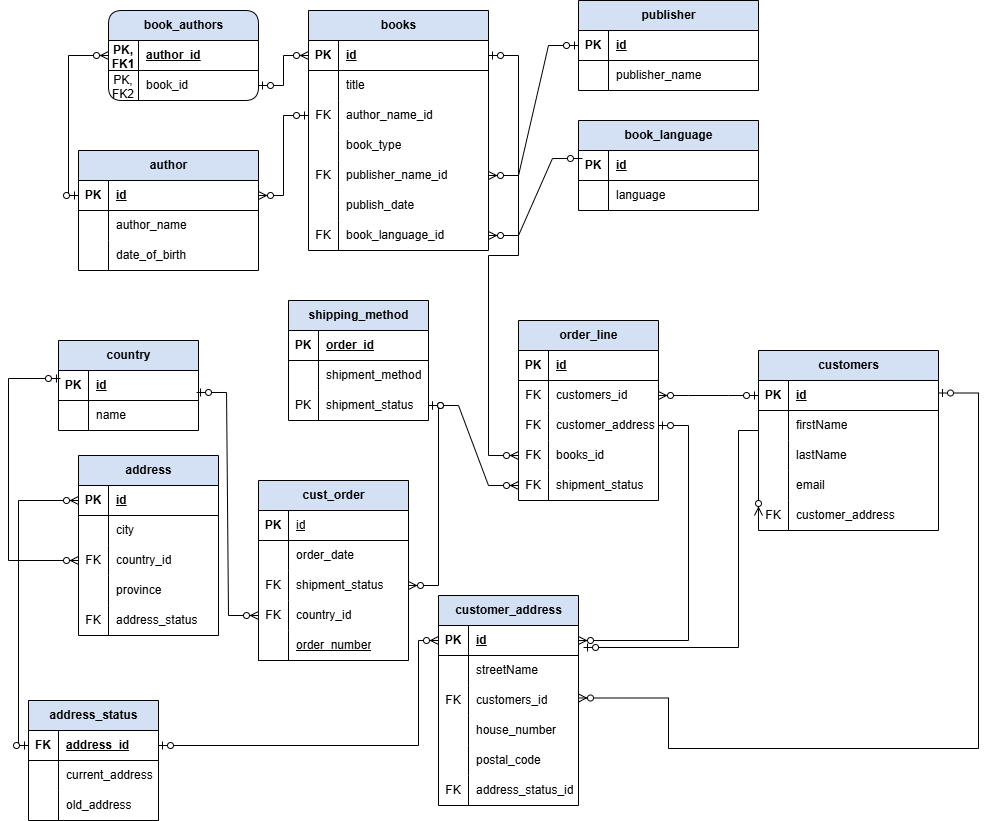
This is Bookstore_Database.drawio.png from the7thsage376/Bookstore_Database, a draw.io export, as it was before one commit. Source tidied: cells renumbered, new cells last; positions are measured from the earlier drawing's top-left corner, leaving out a move shared by most shapes.
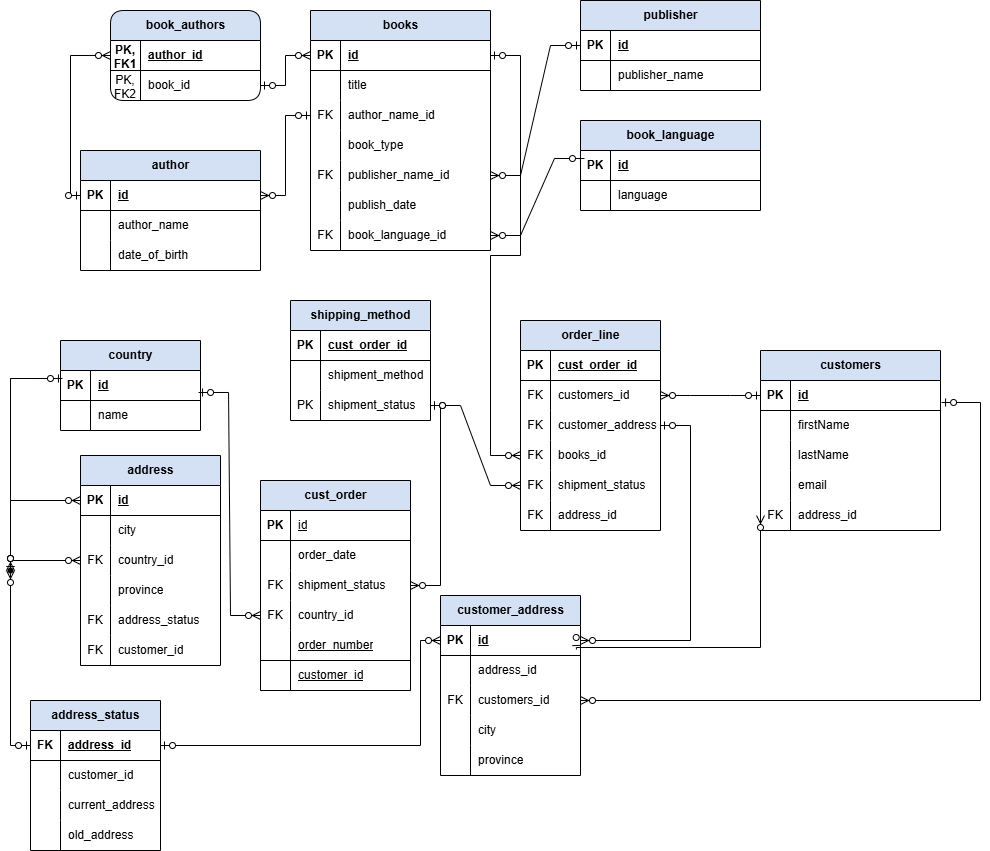
After the change.

The edit, as a diff of the source:
```diff
@@ -24,7 +24,7 @@
       <mxGeometry x="30" width="120" height="30" as="geometry" />
     </mxCell>
     <mxCell id="9" value="address_status" style="shape=table;startSize=30;rowLines=0;fontStyle=1;align=center;html=1;fillColor=#D4E1F5;" parent="1" vertex="1">
-      <mxGeometry x="20" y="700" width="130" height="120" as="geometry" />
+      <mxGeometry x="20" y="700" width="130" height="150" as="geometry" />
     </mxCell>
     <mxCell id="10" style="shape=tableRow;horizontal=0;startSize=0;swimlaneHead=0;swimlaneBody=0;fillColor=none;points=[[0,0.5],[1,0.5]];portConstraint=eastwest;top=0;left=0;right=0;bottom=1;" parent="9" vertex="1">
       <mxGeometry y="30" width="130" height="30" as="geometry" />
@@ -41,11 +41,20 @@
     <mxCell id="14" style="shape=partialRectangle;fillColor=none;top=0;left=0;bottom=0;right=0;overflow=hidden;whiteSpace=wrap;html=1;" parent="13" vertex="1">
       <mxGeometry width="30" height="30" as="geometry" />
     </mxCell>
-    <mxCell id="15" value="current_address" style="shape=partialRectangle;fillColor=none;top=0;left=0;bottom=0;right=0;align=left;spacingLeft=6;overflow=hidden;whiteSpace=wrap;html=1;" parent="13" vertex="1">
+    <mxCell id="15" value="customer_id" style="shape=partialRectangle;fillColor=none;top=0;left=0;bottom=0;right=0;align=left;spacingLeft=6;overflow=hidden;whiteSpace=wrap;html=1;" parent="13" vertex="1">
       <mxGeometry x="30" width="100" height="30" as="geometry" />
     </mxCell>
+    <mxCell id="181" style="shape=tableRow;horizontal=0;startSize=0;swimlaneHead=0;swimlaneBody=0;fillColor=none;top=0;left=0;right=0;bottom=0;" parent="9" vertex="1">
+      <mxGeometry y="90" width="130" height="30" as="geometry" />
+    </mxCell>
+    <mxCell id="182" style="shape=partialRectangle;fillColor=none;top=0;left=0;bottom=0;right=0;overflow=hidden;whiteSpace=wrap;html=1;" parent="181" vertex="1">
+      <mxGeometry width="30" height="30" as="geometry" />
+    </mxCell>
+    <mxCell id="183" value="current_address" style="shape=partialRectangle;fillColor=none;top=0;left=0;bottom=0;right=0;align=left;spacingLeft=6;overflow=hidden;whiteSpace=wrap;html=1;" parent="181" vertex="1">
+      <mxGeometry x="30" width="100" height="30" as="geometry" />
+    </mxCell>
     <mxCell id="16" style="shape=tableRow;horizontal=0;startSize=0;swimlaneHead=0;swimlaneBody=0;fillColor=none;top=0;left=0;right=0;bottom=0;" parent="9" vertex="1">
-      <mxGeometry y="90" width="130" height="30" as="geometry" />
+      <mxGeometry y="120" width="130" height="30" as="geometry" />
     </mxCell>
     <mxCell id="17" style="shape=partialRectangle;fillColor=none;top=0;left=0;bottom=0;right=0;overflow=hidden;whiteSpace=wrap;html=1;" parent="16" vertex="1">
       <mxGeometry width="30" height="30" as="geometry" />
@@ -96,7 +105,7 @@
       <mxGeometry x="30" width="150" height="30" as="geometry" />
     </mxCell>
     <mxCell id="33" value="order_line" style="shape=table;startSize=30;rowLines=0;fontStyle=1;align=center;html=1;fillColor=#D4E1F5;" parent="1" vertex="1">
-      <mxGeometry x="510" y="320" width="140" height="180" as="geometry" />
+      <mxGeometry x="510" y="320" width="140" height="210" as="geometry" />
     </mxCell>
     <mxCell id="34" style="shape=tableRow;horizontal=0;startSize=0;swimlaneHead=0;swimlaneBody=0;fillColor=none;top=0;left=0;right=0;bottom=1;" parent="33" vertex="1">
       <mxGeometry y="30" width="140" height="30" as="geometry" />
@@ -104,7 +113,7 @@
     <mxCell id="35" value="PK" style="shape=partialRectangle;fillColor=none;top=0;left=0;bottom=0;right=0;fontStyle=1;overflow=hidden;whiteSpace=wrap;html=1;" parent="34" vertex="1">
       <mxGeometry width="30" height="30" as="geometry" />
     </mxCell>
-    <mxCell id="36" value="id" style="shape=partialRectangle;fillColor=none;top=0;left=0;bottom=0;right=0;align=left;spacingLeft=6;fontStyle=5;overflow=hidden;whiteSpace=wrap;html=1;" parent="34" vertex="1">
+    <mxCell id="36" value="cust_order_id" style="shape=partialRectangle;fillColor=none;top=0;left=0;bottom=0;right=0;align=left;spacingLeft=6;fontStyle=5;overflow=hidden;whiteSpace=wrap;html=1;" parent="34" vertex="1">
       <mxGeometry x="30" width="110" height="30" as="geometry" />
     </mxCell>
     <mxCell id="37" style="shape=tableRow;horizontal=0;startSize=0;swimlaneHead=0;swimlaneBody=0;fillColor=none;points=[[0,0.5],[1,0.5]];portConstraint=eastwest;top=0;left=0;right=0;bottom=0;" parent="33" vertex="1">
@@ -143,8 +152,17 @@
     <mxCell id="48" value="shipment_status" style="shape=partialRectangle;fillColor=none;top=0;left=0;bottom=0;right=0;align=left;spacingLeft=6;overflow=hidden;whiteSpace=wrap;html=1;" parent="46" vertex="1">
       <mxGeometry x="30" width="110" height="30" as="geometry" />
     </mxCell>
+    <mxCell id="153" style="shape=tableRow;horizontal=0;startSize=0;swimlaneHead=0;swimlaneBody=0;fillColor=none;top=0;left=0;right=0;bottom=0;" parent="33" vertex="1">
+      <mxGeometry y="180" width="140" height="30" as="geometry" />
+    </mxCell>
+    <mxCell id="184" value="FK" style="shape=partialRectangle;fillColor=none;top=0;left=0;bottom=0;right=0;overflow=hidden;whiteSpace=wrap;html=1;" parent="153" vertex="1">
+      <mxGeometry width="30" height="30" as="geometry" />
+    </mxCell>
+    <mxCell id="185" value="address_id" style="shape=partialRectangle;fillColor=none;top=0;left=0;bottom=0;right=0;align=left;spacingLeft=6;overflow=hidden;whiteSpace=wrap;html=1;" parent="153" vertex="1">
+      <mxGeometry x="30" width="110" height="30" as="geometry" />
+    </mxCell>
     <mxCell id="49" value="cust_order" style="shape=table;startSize=30;rowLines=0;fontStyle=1;align=center;html=1;fillColor=#D4E1F5;" parent="1" vertex="1">
-      <mxGeometry x="250" y="480" width="150" height="180" as="geometry" />
+      <mxGeometry x="250" y="480" width="150" height="210" as="geometry" />
     </mxCell>
     <mxCell id="50" style="shape=tableRow;horizontal=0;startSize=0;swimlaneHead=0;swimlaneBody=0;fillColor=none;top=0;left=0;right=0;bottom=1;" parent="49" vertex="1">
       <mxGeometry y="30" width="150" height="30" as="geometry" />
@@ -191,6 +209,15 @@
     <mxCell id="64" value="&lt;span style=&quot;font-weight: 400;&quot;&gt;order_number&lt;/span&gt;" style="shape=partialRectangle;fillColor=none;top=0;left=0;bottom=0;right=0;align=left;spacingLeft=6;fontStyle=5;overflow=hidden;whiteSpace=wrap;html=1;" parent="62" vertex="1">
       <mxGeometry x="30" width="120" height="30" as="geometry" />
     </mxCell>
+    <mxCell id="186" style="shape=tableRow;horizontal=0;startSize=0;swimlaneHead=0;swimlaneBody=0;fillColor=none;top=0;left=0;right=0;bottom=1;" parent="49" vertex="1">
+      <mxGeometry y="180" width="150" height="30" as="geometry" />
+    </mxCell>
+    <mxCell id="187" style="shape=partialRectangle;fillColor=none;top=0;left=0;bottom=0;right=0;fontStyle=1;overflow=hidden;whiteSpace=wrap;html=1;" parent="186" vertex="1">
+      <mxGeometry width="30" height="30" as="geometry" />
+    </mxCell>
+    <mxCell id="188" value="&lt;span style=&quot;font-weight: 400;&quot;&gt;customer_id&lt;/span&gt;" style="shape=partialRectangle;fillColor=none;top=0;left=0;bottom=0;right=0;align=left;spacingLeft=6;fontStyle=5;overflow=hidden;whiteSpace=wrap;html=1;" parent="186" vertex="1">
+      <mxGeometry x="30" width="120" height="30" as="geometry" />
+    </mxCell>
     <mxCell id="65" value="country" style="shape=table;startSize=30;rowLines=0;fontStyle=1;align=center;html=1;fillColor=#D4E1F5;" parent="1" vertex="1">
       <mxGeometry x="50" y="340" width="140" height="90" as="geometry" />
     </mxCell>
@@ -221,7 +248,7 @@
     <mxCell id="74" value="PK" style="shape=partialRectangle;fillColor=none;top=0;left=0;bottom=0;right=0;fontStyle=1;overflow=hidden;whiteSpace=wrap;html=1;" parent="73" vertex="1">
       <mxGeometry width="30" height="30" as="geometry" />
     </mxCell>
-    <mxCell id="75" value="order_id" style="shape=partialRectangle;fillColor=none;top=0;left=0;bottom=0;right=0;align=left;spacingLeft=6;fontStyle=5;overflow=hidden;whiteSpace=wrap;html=1;" parent="73" vertex="1">
+    <mxCell id="75" value="cust_order_id" style="shape=partialRectangle;fillColor=none;top=0;left=0;bottom=0;right=0;align=left;spacingLeft=6;fontStyle=5;overflow=hidden;whiteSpace=wrap;html=1;" parent="73" vertex="1">
       <mxGeometry x="30" width="110" height="30" as="geometry" />
     </mxCell>
     <mxCell id="76" style="shape=tableRow;horizontal=0;startSize=0;swimlaneHead=0;swimlaneBody=0;fillColor=none;top=0;left=0;right=0;bottom=0;" parent="72" vertex="1">
@@ -355,7 +382,7 @@
       <mxGeometry x="30" width="150" height="30" as="geometry" />
     </mxCell>
     <mxCell id="118" value="address" style="shape=table;startSize=30;rowLines=0;fontStyle=1;align=center;html=1;rounded=0;fillColor=#D4E1F5;" parent="1" vertex="1">
-      <mxGeometry x="70" y="455" width="140" height="180" as="geometry" />
+      <mxGeometry x="70" y="455" width="140" height="210" as="geometry" />
     </mxCell>
     <mxCell id="119" style="shape=tableRow;horizontal=0;startSize=0;swimlaneHead=0;swimlaneBody=0;fillColor=none;points=[[0,0.5],[1,0.5]];portConstraint=eastwest;top=0;left=0;right=0;bottom=1;" parent="118" vertex="1">
       <mxGeometry y="30" width="140" height="30" as="geometry" />
@@ -393,13 +420,22 @@
     <mxCell id="130" value="province" style="shape=partialRectangle;fillColor=none;top=0;left=0;bottom=0;right=0;align=left;spacingLeft=6;overflow=hidden;whiteSpace=wrap;html=1;" parent="128" vertex="1">
       <mxGeometry x="30" width="110" height="30" as="geometry" />
     </mxCell>
+    <mxCell id="189" style="shape=tableRow;horizontal=0;startSize=0;swimlaneHead=0;swimlaneBody=0;fillColor=none;top=0;left=0;right=0;bottom=0;" parent="118" vertex="1">
+      <mxGeometry y="150" width="140" height="30" as="geometry" />
+    </mxCell>
+    <mxCell id="190" value="FK" style="shape=partialRectangle;fillColor=none;top=0;left=0;bottom=0;right=0;overflow=hidden;whiteSpace=wrap;html=1;" parent="189" vertex="1">
+      <mxGeometry width="30" height="30" as="geometry" />
+    </mxCell>
+    <mxCell id="191" value="address_status" style="shape=partialRectangle;fillColor=none;top=0;left=0;bottom=0;right=0;align=left;spacingLeft=6;overflow=hidden;whiteSpace=wrap;html=1;" parent="189" vertex="1">
+      <mxGeometry x="30" width="110" height="30" as="geometry" />
+    </mxCell>
     <mxCell id="131" style="shape=tableRow;horizontal=0;startSize=0;swimlaneHead=0;swimlaneBody=0;fillColor=none;top=0;left=0;right=0;bottom=0;" parent="118" vertex="1">
-      <mxGeometry y="150" width="140" height="30" as="geometry" />
+      <mxGeometry y="180" width="140" height="30" as="geometry" />
     </mxCell>
     <mxCell id="132" value="FK" style="shape=partialRectangle;fillColor=none;top=0;left=0;bottom=0;right=0;overflow=hidden;whiteSpace=wrap;html=1;" parent="131" vertex="1">
       <mxGeometry width="30" height="30" as="geometry" />
     </mxCell>
-    <mxCell id="133" value="address_status" style="shape=partialRectangle;fillColor=none;top=0;left=0;bottom=0;right=0;align=left;spacingLeft=6;overflow=hidden;whiteSpace=wrap;html=1;" parent="131" vertex="1">
+    <mxCell id="133" value="customer_id" style="shape=partialRectangle;fillColor=none;top=0;left=0;bottom=0;right=0;align=left;spacingLeft=6;overflow=hidden;whiteSpace=wrap;html=1;" parent="131" vertex="1">
       <mxGeometry x="30" width="110" height="30" as="geometry" />
     </mxCell>
     <mxCell id="134" style="edgeStyle=orthogonalEdgeStyle;fontSize=12;html=1;endArrow=ERzeroToMany;startArrow=ERzeroToOne;rounded=0;strokeWidth=1;" parent="1" edge="1" source="6" target="83">
@@ -418,7 +454,7 @@
       <mxGeometry relative="1" as="geometry" />
     </mxCell>
     <mxCell id="137" value="customer_address" style="shape=table;startSize=30;rowLines=0;fontStyle=1;align=center;html=1;fillColor=#D4E1F5;" parent="1" vertex="1">
-      <mxGeometry x="430" y="595" width="140" height="210" as="geometry" />
+      <mxGeometry x="430" y="595" width="140" height="180" as="geometry" />
     </mxCell>
     <mxCell id="138" style="shape=tableRow;horizontal=0;startSize=0;swimlaneHead=0;swimlaneBody=0;fillColor=none;points=[[0,0.5],[1,0.5]];portConstraint=eastwest;top=0;left=0;right=0;bottom=1;" parent="137" vertex="1">
       <mxGeometry y="30" width="140" height="30" as="geometry" />
@@ -435,7 +471,7 @@
     <mxCell id="142" style="shape=partialRectangle;fillColor=none;top=0;left=0;bottom=0;right=0;overflow=hidden;whiteSpace=wrap;html=1;" parent="141" vertex="1">
       <mxGeometry width="30" height="30" as="geometry" />
     </mxCell>
-    <mxCell id="143" value="streetName" style="shape=partialRectangle;fillColor=none;top=0;left=0;bottom=0;right=0;align=left;spacingLeft=6;overflow=hidden;whiteSpace=wrap;html=1;" parent="141" vertex="1">
+    <mxCell id="143" value="address_id" style="shape=partialRectangle;fillColor=none;top=0;left=0;bottom=0;right=0;align=left;spacingLeft=6;overflow=hidden;whiteSpace=wrap;html=1;" parent="141" vertex="1">
       <mxGeometry x="30" width="110" height="30" as="geometry" />
     </mxCell>
     <mxCell id="144" style="shape=tableRow;horizontal=0;startSize=0;swimlaneHead=0;swimlaneBody=0;fillColor=none;points=[[0,0.5],[1,0.5]];portConstraint=eastwest;top=0;left=0;right=0;bottom=0;" parent="137" vertex="1">
@@ -453,7 +489,7 @@
     <mxCell id="148" style="shape=partialRectangle;fillColor=none;top=0;left=0;bottom=0;right=0;overflow=hidden;whiteSpace=wrap;html=1;" parent="147" vertex="1">
       <mxGeometry width="30" height="30" as="geometry" />
     </mxCell>
-    <mxCell id="149" value="house_number" style="shape=partialRectangle;fillColor=none;top=0;left=0;bottom=0;right=0;align=left;spacingLeft=6;overflow=hidden;whiteSpace=wrap;html=1;" parent="147" vertex="1">
+    <mxCell id="149" value="city" style="shape=partialRectangle;fillColor=none;top=0;left=0;bottom=0;right=0;align=left;spacingLeft=6;overflow=hidden;whiteSpace=wrap;html=1;" parent="147" vertex="1">
       <mxGeometry x="30" width="110" height="30" as="geometry" />
     </mxCell>
     <mxCell id="150" style="shape=tableRow;horizontal=0;startSize=0;swimlaneHead=0;swimlaneBody=0;fillColor=none;top=0;left=0;right=0;bottom=0;" parent="137" vertex="1">
@@ -462,18 +498,9 @@
     <mxCell id="151" style="shape=partialRectangle;fillColor=none;top=0;left=0;bottom=0;right=0;overflow=hidden;whiteSpace=wrap;html=1;" parent="150" vertex="1">
       <mxGeometry width="30" height="30" as="geometry" />
     </mxCell>
-    <mxCell id="152" value="postal_code" style="shape=partialRectangle;fillColor=none;top=0;left=0;bottom=0;right=0;align=left;spacingLeft=6;overflow=hidden;whiteSpace=wrap;html=1;" parent="150" vertex="1">
+    <mxCell id="152" value="province" style="shape=partialRectangle;fillColor=none;top=0;left=0;bottom=0;right=0;align=left;spacingLeft=6;overflow=hidden;whiteSpace=wrap;html=1;" parent="150" vertex="1">
       <mxGeometry x="30" width="110" height="30" as="geometry" />
     </mxCell>
-    <mxCell id="153" style="shape=tableRow;horizontal=0;startSize=0;swimlaneHead=0;swimlaneBody=0;fillColor=none;top=0;left=0;right=0;bottom=0;" parent="137" vertex="1">
-      <mxGeometry y="180" width="140" height="30" as="geometry" />
-    </mxCell>
-    <mxCell id="154" value="FK" style="shape=partialRectangle;fillColor=none;top=0;left=0;bottom=0;right=0;overflow=hidden;whiteSpace=wrap;html=1;" parent="153" vertex="1">
-      <mxGeometry width="30" height="30" as="geometry" />
-    </mxCell>
-    <mxCell id="155" value="address_status_id" style="shape=partialRectangle;fillColor=none;top=0;left=0;bottom=0;right=0;align=left;spacingLeft=6;overflow=hidden;whiteSpace=wrap;html=1;" parent="153" vertex="1">
-      <mxGeometry x="30" width="110" height="30" as="geometry" />
-    </mxCell>
     <mxCell id="156" style="edgeStyle=entityRelationEdgeStyle;fontSize=12;html=1;endArrow=ERzeroToMany;startArrow=ERzeroToOne;rounded=0;strokeWidth=1;entryX=1;entryY=0.5;entryDx=0;entryDy=0;" parent="1" edge="1" source="158" target="37">
       <mxGeometry relative="1" as="geometry">
         <Array as="points">
@@ -527,11 +554,15 @@
     <mxCell id="171" value="FK" style="shape=partialRectangle;fillColor=none;top=0;left=0;bottom=0;right=0;overflow=hidden;whiteSpace=wrap;html=1;" parent="170" vertex="1">
       <mxGeometry width="30" height="30" as="geometry" />
     </mxCell>
-    <mxCell id="172" value="customer_address" style="shape=partialRectangle;fillColor=none;top=0;left=0;bottom=0;right=0;align=left;spacingLeft=6;overflow=hidden;whiteSpace=wrap;html=1;" parent="170" vertex="1">
+    <mxCell id="172" value="address_id" style="shape=partialRectangle;fillColor=none;top=0;left=0;bottom=0;right=0;align=left;spacingLeft=6;overflow=hidden;whiteSpace=wrap;html=1;" parent="170" vertex="1">
       <mxGeometry x="30" width="150" height="30" as="geometry" />
     </mxCell>
-    <mxCell id="173" style="edgeStyle=orthogonalEdgeStyle;fontSize=12;html=1;endArrow=ERzeroToMany;startArrow=ERzeroToOne;rounded=0;strokeWidth=1;exitX=0;exitY=0.5;exitDx=0;exitDy=0;entryX=0;entryY=0.5;entryDx=0;entryDy=0;" parent="1" edge="1" source="10" target="119">
-      <mxGeometry relative="1" as="geometry" />
+    <mxCell id="173" style="edgeStyle=orthogonalEdgeStyle;fontSize=12;html=1;endArrow=ERzeroToMany;startArrow=ERzeroToOne;rounded=0;strokeWidth=1;exitDx=0;exitDy=0;entryX=0;entryY=0.5;entryDx=0;entryDy=0;" parent="1" edge="1" source="194" target="119">
+      <mxGeometry relative="1" as="geometry">
+        <Array as="points">
+          <mxPoint y="500" />
+        </Array>
+      </mxGeometry>
     </mxCell>
     <mxCell id="174" style="edgeStyle=entityRelationEdgeStyle;fontSize=12;html=1;endArrow=ERzeroToMany;startArrow=ERzeroToOne;rounded=0;strokeWidth=1;entryX=0;entryY=0.5;entryDx=0;entryDy=0;exitX=0.986;exitY=0.733;exitDx=0;exitDy=0;exitPerimeter=0;" parent="1" edge="1" source="66" target="59">
       <mxGeometry relative="1" as="geometry">
@@ -547,7 +578,7 @@
     <mxCell id="176" style="edgeStyle=entityRelationEdgeStyle;fontSize=12;html=1;endArrow=ERzeroToMany;startArrow=ERzeroToOne;rounded=0;strokeWidth=1;entryX=0;entryY=0.5;entryDx=0;entryDy=0;" parent="1" edge="1" source="83" target="43">
       <mxGeometry relative="1" as="geometry" />
     </mxCell>
-    <mxCell id="177" style="edgeStyle=orthogonalEdgeStyle;fontSize=12;html=1;endArrow=ERzeroToMany;startArrow=ERzeroToOne;rounded=0;strokeWidth=1;exitX=0.014;exitY=0.267;exitDx=0;exitDy=0;exitPerimeter=0;" parent="1" edge="1" source="66" target="125">
+    <mxCell id="177" style="edgeStyle=orthogonalEdgeStyle;fontSize=12;html=1;endArrow=ERzeroToMany;startArrow=ERzeroToOne;rounded=0;strokeWidth=1;exitDx=0;exitDy=0;exitPerimeter=0;" parent="1" edge="1" source="194" target="125">
       <mxGeometry relative="1" as="geometry">
         <Array as="points">
           <mxPoint y="378" />
@@ -555,12 +586,11 @@
         </Array>
       </mxGeometry>
     </mxCell>
-    <mxCell id="178" style="edgeStyle=orthogonalEdgeStyle;fontSize=12;html=1;endArrow=ERzeroToMany;startArrow=ERzeroToOne;rounded=0;strokeWidth=1;entryX=0;entryY=0.5;entryDx=0;entryDy=0;exitX=1.036;exitY=0.733;exitDx=0;exitDy=0;exitPerimeter=0;" parent="1" edge="1" source="138" target="170">
+    <mxCell id="178" style="edgeStyle=orthogonalEdgeStyle;fontSize=12;html=1;endArrow=ERzeroToMany;startArrow=ERzeroToOne;rounded=0;strokeWidth=1;entryX=0;entryY=0.5;entryDx=0;entryDy=0;exitX=0.971;exitY=0.8;exitDx=0;exitDy=0;exitPerimeter=0;" parent="1" edge="1" source="138" target="170">
       <mxGeometry relative="1" as="geometry">
         <Array as="points">
-          <mxPoint x="730" y="647" />
-          <mxPoint x="730" y="430" />
-          <mxPoint x="750" y="430" />
+          <mxPoint x="566" y="647" />
+          <mxPoint x="750" y="647" />
         </Array>
       </mxGeometry>
     </mxCell>
@@ -572,17 +602,26 @@
         </Array>
       </mxGeometry>
     </mxCell>
-    <mxCell id="180" style="edgeStyle=orthogonalEdgeStyle;fontSize=12;html=1;endArrow=ERzeroToMany;startArrow=ERzeroToOne;rounded=0;strokeWidth=1;entryX=1;entryY=0.5;entryDx=0;entryDy=0;exitX=1;exitY=0.5;exitDx=0;exitDy=0;" parent="1" edge="1">
+    <mxCell id="180" style="edgeStyle=orthogonalEdgeStyle;fontSize=12;html=1;endArrow=ERzeroToMany;startArrow=ERzeroToOne;rounded=0;strokeWidth=1;exitX=1.006;exitY=0.733;exitDx=0;exitDy=0;exitPerimeter=0;" parent="1" edge="1" source="158" target="144">
       <mxGeometry relative="1" as="geometry">
-        <mxPoint x="930" y="392.5" as="sourcePoint" />
-        <mxPoint x="570" y="697.5" as="targetPoint" />
         <Array as="points">
-          <mxPoint x="970" y="393" />
-          <mxPoint x="970" y="748" />
-          <mxPoint x="660" y="748" />
-          <mxPoint x="660" y="698" />
+          <mxPoint x="970" y="402" />
+          <mxPoint x="970" y="700" />
         </Array>
       </mxGeometry>
     </mxCell>
+    <mxCell id="192" style="edgeStyle=orthogonalEdgeStyle;fontSize=12;html=1;endArrow=ERzeroToMany;startArrow=ERzeroToOne;rounded=0;strokeWidth=1;exitX=0.014;exitY=0.267;exitDx=0;exitDy=0;exitPerimeter=0;" parent="1" edge="1" source="66" target="194">
+      <mxGeometry relative="1" as="geometry" />
+    </mxCell>
+    <mxCell id="193" style="edgeStyle=orthogonalEdgeStyle;fontSize=12;html=1;endArrow=ERzeroToMany;startArrow=ERzeroToOne;rounded=0;strokeWidth=1;exitX=0;exitY=0.5;exitDx=0;exitDy=0;entryDx=0;entryDy=0;" parent="1" edge="1" source="10" target="194">
+      <mxGeometry relative="1" as="geometry">
+        <Array as="points">
+          <mxPoint y="745" />
+        </Array>
+      </mxGeometry>
+    </mxCell>
+    <mxCell id="194" style="shape=waypoint;sketch=0;fillStyle=solid;size=6;points=[];fillColor=none;perimeter=centerPerimeter;snapToPoint=1;" parent="1" vertex="1">
+      <mxGeometry x="-10" y="560" width="20" height="20" as="geometry" />
+    </mxCell>
   </root>
 </mxGraphModel>
```
